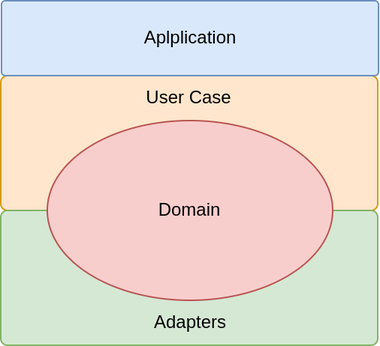
Before: img/arq_macro.png, a diagram exported from draw.io (joleques/proposta-arq). Source tidied: cells renumbered, new cells last; positions are measured from the earlier drawing's top-left corner, leaving out a move shared by most shapes. Source of this version:
```xml
<mxGraphModel>
  <root>
    <mxCell id="0" />
    <mxCell id="1" parent="0" />
    <mxCell id="2" style="rounded=1;whiteSpace=wrap;html=1;arcSize=5;fillColor=#ffe6cc;strokeColor=#d79b00;" parent="1" vertex="1">
      <mxGeometry y="50" width="251" height="90" as="geometry" />
    </mxCell>
    <mxCell id="3" style="rounded=1;whiteSpace=wrap;html=1;arcSize=5;fillColor=#d5e8d4;strokeColor=#82b366;" parent="1" vertex="1">
      <mxGeometry y="140" width="251" height="90" as="geometry" />
    </mxCell>
    <mxCell id="4" value="Domain" style="ellipse;whiteSpace=wrap;html=1;fillColor=#f8cecc;strokeColor=#b85450;" parent="1" vertex="1">
      <mxGeometry x="31" y="80" width="190" height="120" as="geometry" />
    </mxCell>
    <mxCell id="5" value="User Case" style="text;html=1;strokeColor=none;fillColor=none;align=center;verticalAlign=middle;whiteSpace=wrap;rounded=0;" parent="1" vertex="1">
      <mxGeometry y="50" width="251" height="30" as="geometry" />
    </mxCell>
    <mxCell id="6" value="Adapters" style="text;html=1;strokeColor=none;fillColor=none;align=center;verticalAlign=middle;whiteSpace=wrap;rounded=0;" parent="1" vertex="1">
      <mxGeometry x="0.5" y="200" width="251" height="30" as="geometry" />
    </mxCell>
    <mxCell id="7" value="Aplplication" style="rounded=1;whiteSpace=wrap;html=1;arcSize=5;fillColor=#dae8fc;strokeColor=#6c8ebf;" parent="1" vertex="1">
      <mxGeometry x="0.5" width="251" height="50" as="geometry" />
    </mxCell>
  </root>
</mxGraphModel>
```
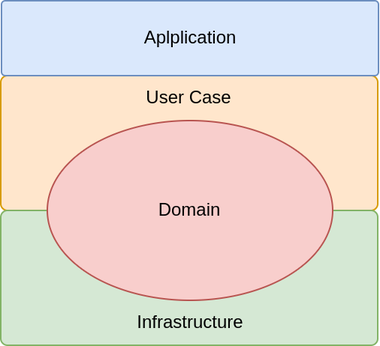
After the commit.

Diff of the diagram source:
```diff
@@ -14,7 +14,7 @@
     <mxCell id="5" value="User Case" style="text;html=1;strokeColor=none;fillColor=none;align=center;verticalAlign=middle;whiteSpace=wrap;rounded=0;" parent="1" vertex="1">
       <mxGeometry y="50" width="251" height="30" as="geometry" />
     </mxCell>
-    <mxCell id="6" value="Adapters" style="text;html=1;strokeColor=none;fillColor=none;align=center;verticalAlign=middle;whiteSpace=wrap;rounded=0;" parent="1" vertex="1">
+    <mxCell id="6" value="Infrastructure" style="text;html=1;strokeColor=none;fillColor=none;align=center;verticalAlign=middle;whiteSpace=wrap;rounded=0;" parent="1" vertex="1">
       <mxGeometry x="0.5" y="200" width="251" height="30" as="geometry" />
     </mxCell>
     <mxCell id="7" value="Aplplication" style="rounded=1;whiteSpace=wrap;html=1;arcSize=5;fillColor=#dae8fc;strokeColor=#6c8ebf;" parent="1" vertex="1">
```
